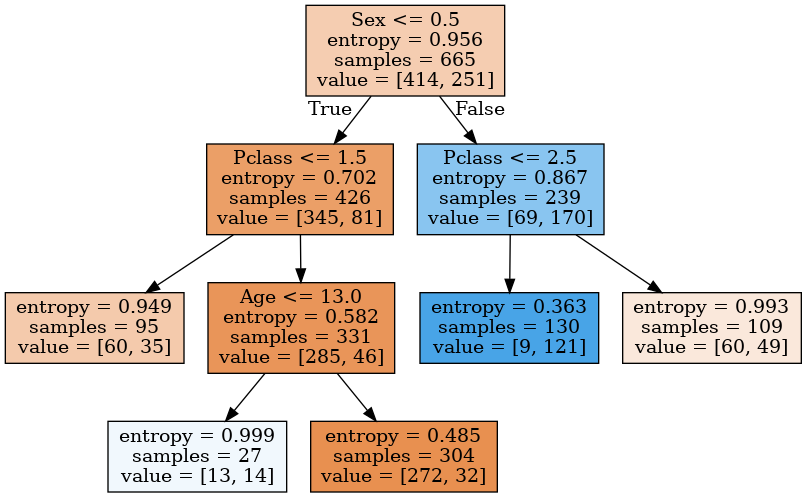
Earlier version of the Graphviz export datanerd.hateblo.jp/2020/04/30/tree/model4.png (sugiyamath/self_kaggling). Its source is kept beside it as datanerd.hateblo.jp/2020/04/30/tree/model4.dot.
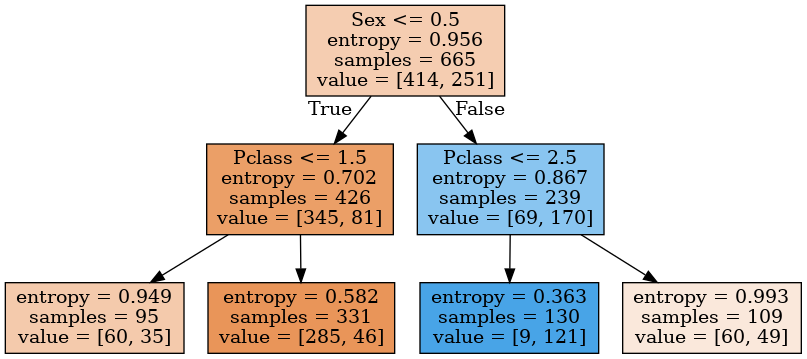
The same file after the commit.

Diff of the diagram source:
```diff
@@ -5,12 +5,8 @@
 0 -> 1 [labeldistance=2.5, labelangle=45, headlabel="True"] ;
 5 [label="entropy = 0.949\nsamples = 95\nvalue = [60, 35]", fillcolor="#f4caac"] ;
 1 -> 5 ;
-6 [label="Age <= 13.0\nentropy = 0.582\nsamples = 331\nvalue = [285, 46]", fillcolor="#e99559"] ;
+6 [label="entropy = 0.582\nsamples = 331\nvalue = [285, 46]", fillcolor="#e99559"] ;
 1 -> 6 ;
-7 [label="entropy = 0.999\nsamples = 27\nvalue = [13, 14]", fillcolor="#f1f8fd"] ;
-6 -> 7 ;
-8 [label="entropy = 0.485\nsamples = 304\nvalue = [272, 32]", fillcolor="#e89050"] ;
-6 -> 8 ;
 2 [label="Pclass <= 2.5\nentropy = 0.867\nsamples = 239\nvalue = [69, 170]", fillcolor="#89c5f0"] ;
 0 -> 2 [labeldistance=2.5, labelangle=-45, headlabel="False"] ;
 3 [label="entropy = 0.363\nsamples = 130\nvalue = [9, 121]", fillcolor="#48a4e7"] ;
```
